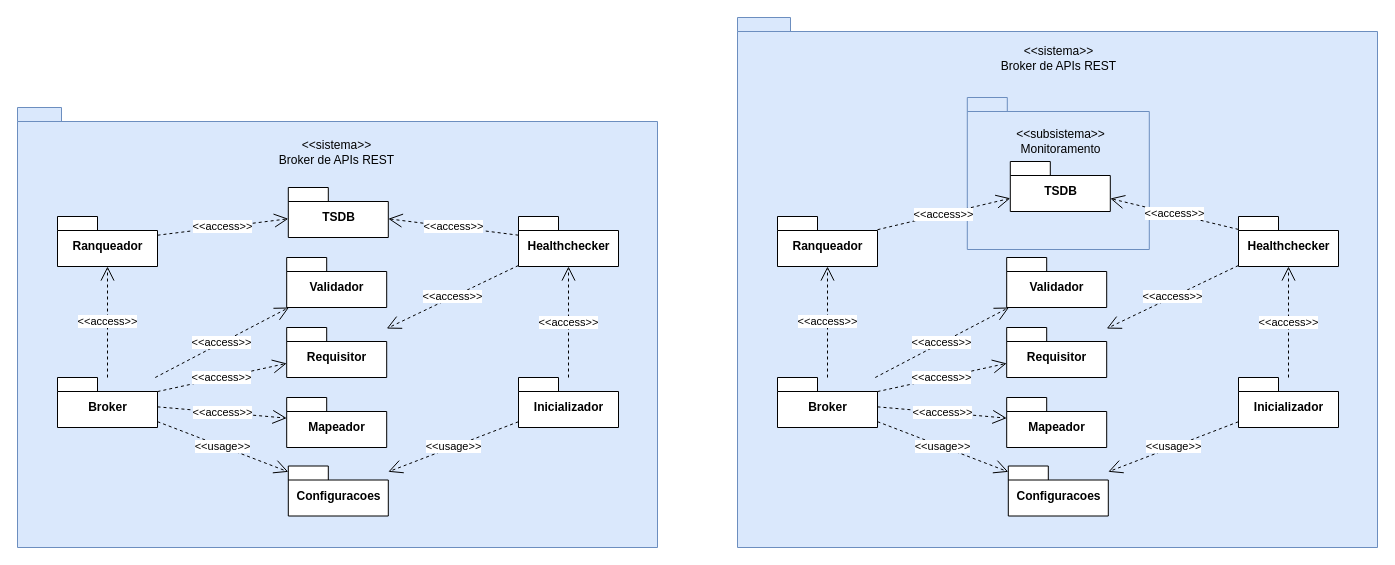
pedrofgd/api-rest-broker keeps this draw.io diagram as page "Pacotes v4.0" (4 of 6) of Docs/tccii/diagramas/pacotes.drawio. Above is the earlier version. Source tidied: cells renumbered, new cells numbered last; positions are measured from the earlier drawing's top-left corner, leaving out a move shared by most shapes. Both pictures are drawn from the tidied source at 100%, with x=0, y=0 at pixel (17, 17).
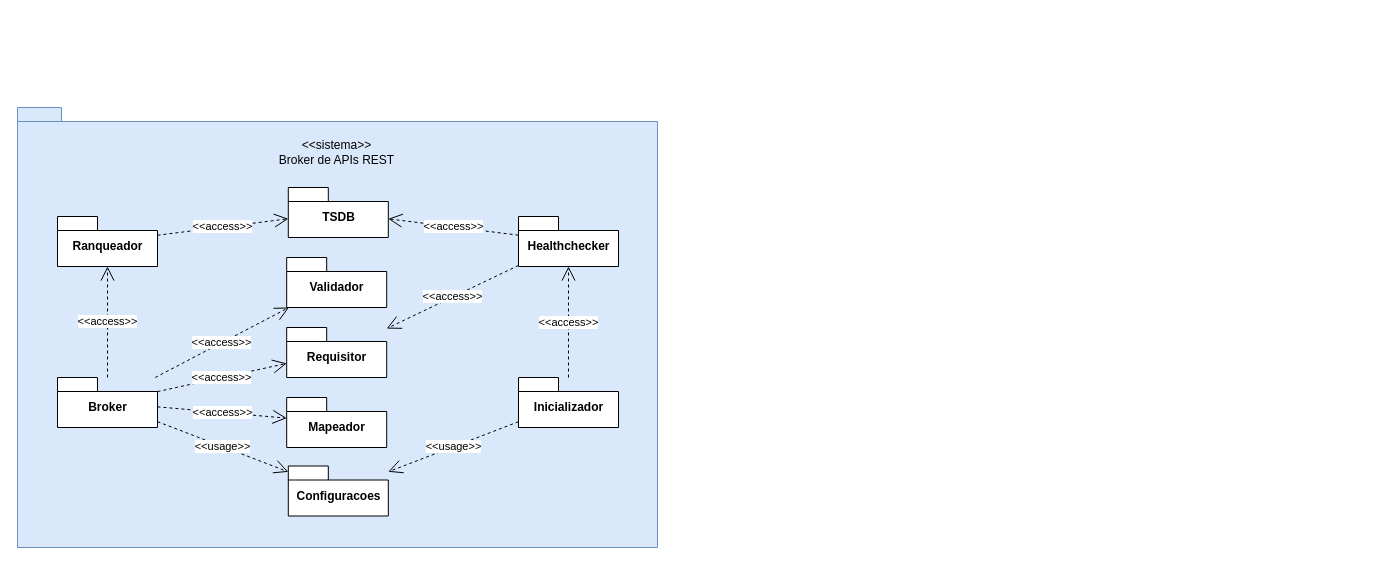
The same diagram, later.

What changed in the source:
```diff
@@
-    <mxCell id="23" style="shape=folder;fontStyle=1;spacingTop=10;tabWidth=40;tabHeight=14;tabPosition=left;html=1;labelBackgroundColor=#FFFFFF;fillStyle=solid;fillColor=#DAE8FC;strokeColor=#6c8ebf;" parent="1" vertex="1">
-      <mxGeometry x="720" width="640" height="530" as="geometry" />
-    </mxCell>
-    <mxCell id="24" value="Configuracoes" style="shape=folder;fontStyle=1;spacingTop=10;tabWidth=40;tabHeight=14;tabPosition=left;html=1;" parent="1" vertex="1">
-      <mxGeometry x="990.8" y="448.5" width="100" height="50" as="geometry" />
-    </mxCell>
-    <mxCell id="25" value="Mapeador" style="shape=folder;fontStyle=1;spacingTop=10;tabWidth=40;tabHeight=14;tabPosition=left;html=1;" parent="1" vertex="1">
-      <mxGeometry x="989.2" y="380" width="100" height="50" as="geometry" />
-    </mxCell>
-    <mxCell id="26" value="Validador" style="shape=folder;fontStyle=1;spacingTop=10;tabWidth=40;tabHeight=14;tabPosition=left;html=1;" parent="1" vertex="1">
-      <mxGeometry x="989.2" y="240" width="100" height="50" as="geometry" />
-    </mxCell>
-    <mxCell id="27" value="Requisitor" style="shape=folder;fontStyle=1;spacingTop=10;tabWidth=40;tabHeight=14;tabPosition=left;html=1;" parent="1" vertex="1">
-      <mxGeometry x="989.2" y="310" width="100" height="50" as="geometry" />
-    </mxCell>
-    <mxCell id="28" value="Healthchecker" style="shape=folder;fontStyle=1;spacingTop=10;tabWidth=40;tabHeight=14;tabPosition=left;html=1;" parent="1" vertex="1">
-      <mxGeometry x="1221" y="199" width="100" height="50" as="geometry" />
-    </mxCell>
-    <mxCell id="29" value="Ranqueador" style="shape=folder;fontStyle=1;spacingTop=10;tabWidth=40;tabHeight=14;tabPosition=left;html=1;" parent="1" vertex="1">
-      <mxGeometry x="760" y="199" width="100" height="50" as="geometry" />
-    </mxCell>
-    <mxCell id="30" value="&amp;lt;&amp;lt;sistema&amp;gt;&amp;gt;&lt;br&gt;Broker de APIs REST" style="text;html=1;align=center;verticalAlign=middle;strokeColor=none;fillColor=none;" parent="1" vertex="1">
-      <mxGeometry x="974.2" y="20" width="133" height="41" as="geometry" />
-    </mxCell>
-    <mxCell id="31" value="Broker" style="shape=folder;fontStyle=1;spacingTop=10;tabWidth=40;tabHeight=14;tabPosition=left;html=1;" parent="1" vertex="1">
-      <mxGeometry x="760" y="360" width="100" height="50" as="geometry" />
-    </mxCell>
-    <mxCell id="32" value="Inicializador" style="shape=folder;fontStyle=1;spacingTop=10;tabWidth=40;tabHeight=14;tabPosition=left;html=1;" parent="1" vertex="1">
-      <mxGeometry x="1221" y="360" width="100" height="50" as="geometry" />
-    </mxCell>
-    <mxCell id="33" value="&amp;lt;&amp;lt;access&amp;gt;&amp;gt;" style="endArrow=open;endSize=12;dashed=1;html=1;rounded=0;" parent="1" edge="1" source="31" target="29">
-      <mxGeometry relative="1" as="geometry" />
-    </mxCell>
-    <mxCell id="34" value="&amp;lt;&amp;lt;access&amp;gt;&amp;gt;" style="endArrow=open;endSize=12;dashed=1;html=1;rounded=0;" parent="1" edge="1" source="31" target="26">
-      <mxGeometry relative="1" as="geometry" />
-    </mxCell>
-    <mxCell id="35" value="&amp;lt;&amp;lt;access&amp;gt;&amp;gt;" style="endArrow=open;endSize=12;dashed=1;html=1;rounded=0;" parent="1" edge="1" source="31" target="27">
-      <mxGeometry relative="1" as="geometry" />
-    </mxCell>
-    <mxCell id="36" value="&amp;lt;&amp;lt;access&amp;gt;&amp;gt;" style="endArrow=open;endSize=12;dashed=1;html=1;rounded=0;" parent="1" edge="1" source="31" target="25">
-      <mxGeometry relative="1" as="geometry" />
-    </mxCell>
-    <mxCell id="37" value="&amp;lt;&amp;lt;usage&amp;gt;&amp;gt;" style="endArrow=open;endSize=12;dashed=1;html=1;rounded=0;" parent="1" edge="1" source="31" target="24">
-      <mxGeometry relative="1" as="geometry" />
-    </mxCell>
-    <mxCell id="38" value="&amp;lt;&amp;lt;access&amp;gt;&amp;gt;" style="endArrow=open;endSize=12;dashed=1;html=1;rounded=0;" parent="1" edge="1" source="32" target="28">
-      <mxGeometry x="-0.01" relative="1" as="geometry" />
-    </mxCell>
-    <mxCell id="39" value="&amp;lt;&amp;lt;access&amp;gt;&amp;gt;" style="endArrow=open;endSize=12;dashed=1;html=1;rounded=0;" parent="1" edge="1" source="28" target="27">
-      <mxGeometry relative="1" as="geometry" />
-    </mxCell>
-    <mxCell id="40" value="&amp;lt;&amp;lt;usage&amp;gt;&amp;gt;" style="endArrow=open;endSize=12;dashed=1;html=1;rounded=0;" parent="1" edge="1" source="32" target="24">
-      <mxGeometry relative="1" as="geometry" />
-    </mxCell>
-    <mxCell id="41" style="shape=folder;fontStyle=1;spacingTop=10;tabWidth=40;tabHeight=14;tabPosition=left;html=1;labelBackgroundColor=#FFFFFF;fillStyle=solid;fillColor=#dae8fc;strokeColor=#6c8ebf;" parent="1" vertex="1">
-      <mxGeometry x="949.8" y="80" width="182" height="152" as="geometry" />
-    </mxCell>
-    <mxCell id="42" value="TSDB" style="shape=folder;fontStyle=1;spacingTop=10;tabWidth=40;tabHeight=14;tabPosition=left;html=1;" parent="1" vertex="1">
-      <mxGeometry x="992.8" y="144" width="100" height="50" as="geometry" />
-    </mxCell>
-    <mxCell id="43" value="&amp;lt;&amp;lt;subsistema&amp;gt;&amp;gt;&lt;br&gt;Monitoramento" style="text;html=1;align=center;verticalAlign=middle;strokeColor=none;fillColor=none;" parent="1" vertex="1">
-      <mxGeometry x="989.2" y="103" width="107" height="41" as="geometry" />
-    </mxCell>
-    <mxCell id="44" value="&amp;lt;&amp;lt;access&amp;gt;&amp;gt;" style="endArrow=open;endSize=12;dashed=1;html=1;rounded=0;" parent="1" edge="1" source="28" target="42">
-      <mxGeometry relative="1" as="geometry" />
-    </mxCell>
-    <mxCell id="45" value="&amp;lt;&amp;lt;access&amp;gt;&amp;gt;" style="endArrow=open;endSize=12;dashed=1;html=1;rounded=0;" parent="1" edge="1" source="29" target="42">
-      <mxGeometry relative="1" as="geometry" />
-    </mxCell>
```
